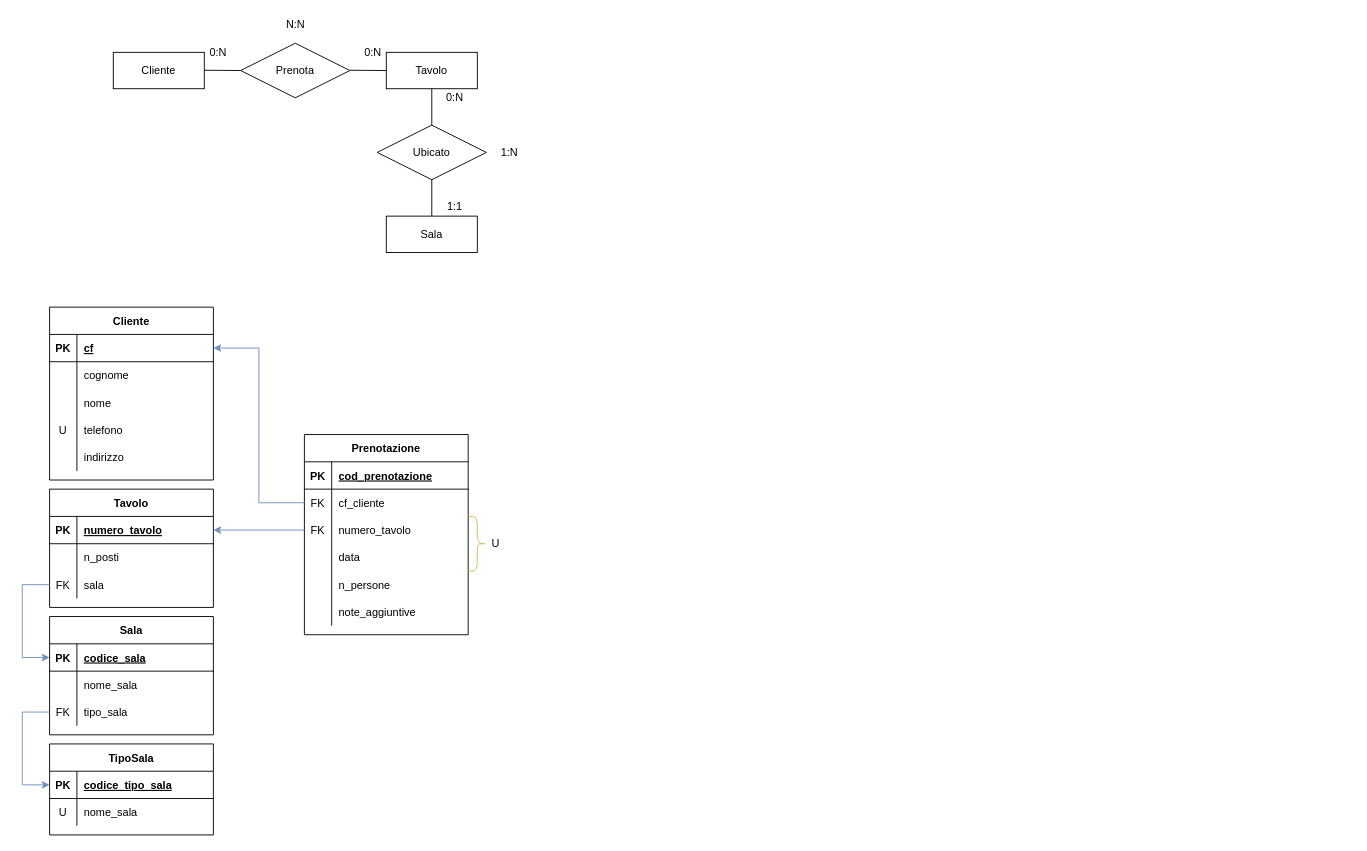
Before: misc/diagrams.drawio in Lexi115/restaurant-app, a draw.io diagram. Source tidied: cells renumbered, new cells numbered last; positions are measured from the earlier drawing's top-left corner, leaving out a move shared by most shapes. Both pictures are drawn from the tidied source at 91%, with x=0, y=0 at pixel (22, 15).
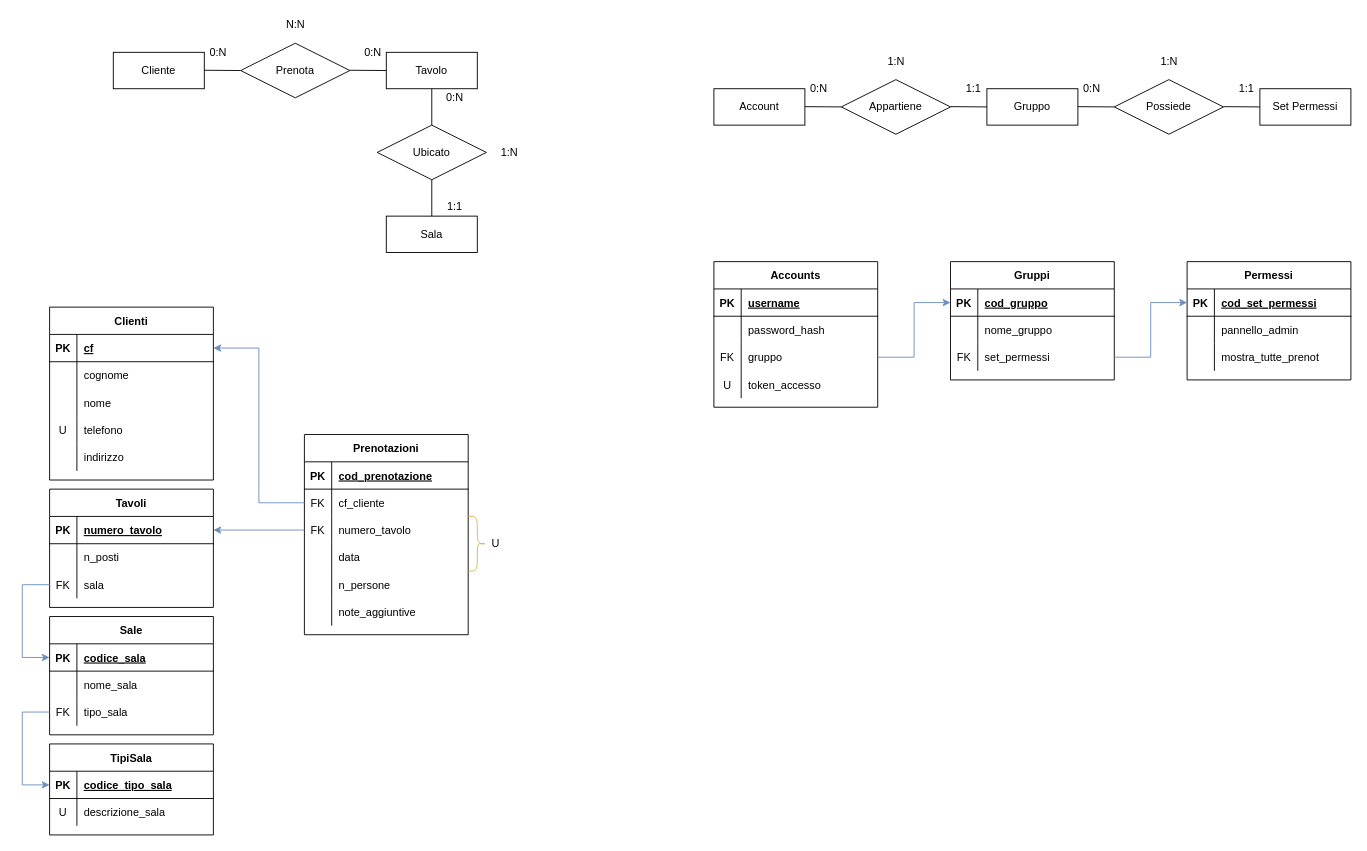
The same page after the edit.

Commit message (it also covers changes not shown here):
#1 added sequence diagram and accounts er diagram

Unchanged cells that the change refers to:
```xml
<mxCell id="74" style="shape=partialRectangle;fillColor=none;top=0;left=0;bottom=0;right=0;" parent="70" vertex="1">
  <mxGeometry y="60" width="180" height="30" as="geometry" />
</mxCell>
```

What changed in the source:
```diff
@@
-    <mxCell id="10" value="Cliente" style="shape=table;startSize=30;childLayout=tableLayout;rowLines=0;fontStyle=1;align=center;" parent="1" vertex="1">
+    <mxCell id="10" value="Clienti" style="shape=table;startSize=30;childLayout=tableLayout;rowLines=0;fontStyle=1;align=center;" parent="1" vertex="1">
       <mxGeometry x="30" y="320" width="180" height="190" as="geometry" />
     </mxCell>
@@
-    <mxCell id="26" value="Tavolo" style="shape=table;startSize=30;childLayout=tableLayout;rowLines=0;fontStyle=1;align=center;fillColor=none;" parent="1" vertex="1">
+    <mxCell id="26" value="Tavoli" style="shape=table;startSize=30;childLayout=tableLayout;rowLines=0;fontStyle=1;align=center;fillColor=none;" parent="1" vertex="1">
       <mxGeometry x="30" y="520" width="180" height="130" as="geometry" />
     </mxCell>
@@
-    <mxCell id="36" value="Sala" style="shape=table;startSize=30;childLayout=tableLayout;rowLines=0;fontStyle=1;align=center;" parent="1" vertex="1">
+    <mxCell id="36" value="Sale" style="shape=table;startSize=30;childLayout=tableLayout;rowLines=0;fontStyle=1;align=center;" parent="1" vertex="1">
       <mxGeometry x="30" y="660" width="180" height="130" as="geometry" />
     </mxCell>
@@
-    <mxCell id="46" value="Prenotazione" style="shape=table;startSize=30;childLayout=tableLayout;rowLines=0;fontStyle=1;align=center;" parent="1" vertex="1">
+    <mxCell id="46" value="Prenotazioni" style="shape=table;startSize=30;childLayout=tableLayout;rowLines=0;fontStyle=1;align=center;" parent="1" vertex="1">
       <mxGeometry x="310" y="460" width="180" height="220" as="geometry" />
     </mxCell>
@@
-    <mxCell id="70" value="TipoSala" style="shape=table;startSize=30;childLayout=tableLayout;rowLines=0;fontStyle=1;align=center;" parent="1" vertex="1">
+    <mxCell id="70" value="TipiSala" style="shape=table;startSize=30;childLayout=tableLayout;rowLines=0;fontStyle=1;align=center;" parent="1" vertex="1">
       <mxGeometry x="30" y="800" width="180" height="100" as="geometry" />
     </mxCell>
@@
-    <mxCell id="76" value="nome_sala" style="shape=partialRectangle;fillColor=none;top=0;left=0;bottom=0;right=0;align=left;spacingLeft=6;overflow=hidden;" parent="74" vertex="1">
+    <mxCell id="76" value="descrizione_sala" style="shape=partialRectangle;fillColor=none;top=0;left=0;bottom=0;right=0;align=left;spacingLeft=6;overflow=hidden;" parent="74" vertex="1">
       <mxGeometry x="30" width="150" height="30" as="geometry" />
     </mxCell>
@@
+    <mxCell id="85" value="Account" style="whiteSpace=wrap;html=1;align=center;" parent="1" vertex="1">
+      <mxGeometry x="760" y="80" width="100" height="40" as="geometry" />
+    </mxCell>
+    <mxCell id="86" value="Appartiene" style="shape=rhombus;perimeter=rhombusPerimeter;whiteSpace=wrap;html=1;align=center;" parent="1" vertex="1">
+      <mxGeometry x="900" y="70" width="120" height="60" as="geometry" />
+    </mxCell>
+    <mxCell id="87" value="Gruppo" style="whiteSpace=wrap;html=1;align=center;" parent="1" vertex="1">
+      <mxGeometry x="1060" y="80" width="100" height="40" as="geometry" />
+    </mxCell>
+    <mxCell id="88" style="endArrow=none;html=1;rounded=0;" parent="1" edge="1">
+      <mxGeometry relative="1" as="geometry">
+        <mxPoint x="1020" y="99.7" as="sourcePoint" />
+        <mxPoint x="1060" y="100" as="targetPoint" />
+      </mxGeometry>
+    </mxCell>
+    <mxCell id="89" style="endArrow=none;html=1;rounded=0;" parent="1" edge="1">
+      <mxGeometry relative="1" as="geometry">
+        <mxPoint x="860" y="99.7" as="sourcePoint" />
+        <mxPoint x="900" y="100" as="targetPoint" />
+      </mxGeometry>
+    </mxCell>
+    <mxCell id="90" value="1:1" style="text;html=1;align=center;verticalAlign=middle;strokeColor=none;" parent="1" vertex="1">
+      <mxGeometry x="1030" y="70" width="30" height="20" as="geometry" />
+    </mxCell>
+    <mxCell id="91" value="0:N" style="text;html=1;align=center;verticalAlign=middle;strokeColor=none;" parent="1" vertex="1">
+      <mxGeometry x="860" y="70" width="30" height="20" as="geometry" />
+    </mxCell>
+    <mxCell id="92" value="1:N" style="text;html=1;align=center;verticalAlign=middle;strokeColor=none;" parent="1" vertex="1">
+      <mxGeometry x="945" y="40" width="30" height="20" as="geometry" />
+    </mxCell>
+    <mxCell id="93" value="Accounts" style="shape=table;startSize=30;childLayout=tableLayout;rowLines=0;fontStyle=1;align=center;" parent="1" vertex="1">
+      <mxGeometry x="760" y="270" width="180" height="160" as="geometry" />
+    </mxCell>
+    <mxCell id="94" style="shape=partialRectangle;fillColor=none;top=0;left=0;bottom=1;right=0;" parent="93" vertex="1">
+      <mxGeometry y="30" width="180" height="30" as="geometry" />
+    </mxCell>
+    <mxCell id="95" value="PK" style="shape=partialRectangle;fillColor=none;top=0;left=0;bottom=0;right=0;fontStyle=1;overflow=hidden;" parent="94" vertex="1">
+      <mxGeometry width="30" height="30" as="geometry" />
+    </mxCell>
+    <mxCell id="96" value="username" style="shape=partialRectangle;fillColor=none;top=0;left=0;bottom=0;right=0;align=left;spacingLeft=6;fontStyle=5;overflow=hidden;" parent="94" vertex="1">
+      <mxGeometry x="30" width="150" height="30" as="geometry" />
+    </mxCell>
+    <mxCell id="97" style="shape=partialRectangle;fillColor=none;top=0;left=0;bottom=0;right=0;" parent="93" vertex="1">
+      <mxGeometry y="60" width="180" height="30" as="geometry" />
+    </mxCell>
+    <mxCell id="98" style="shape=partialRectangle;fillColor=none;top=0;left=0;bottom=0;right=0;overflow=hidden;" parent="97" vertex="1">
+      <mxGeometry width="30" height="30" as="geometry" />
+    </mxCell>
+    <mxCell id="99" value="password_hash" style="shape=partialRectangle;fillColor=none;top=0;left=0;bottom=0;right=0;align=left;spacingLeft=6;overflow=hidden;" parent="97" vertex="1">
+      <mxGeometry x="30" width="150" height="30" as="geometry" />
+    </mxCell>
+    <mxCell id="100" style="shape=partialRectangle;fillColor=none;top=0;left=0;bottom=0;right=0;points=[[0,0.5],[1,0.5]];portConstraint=eastwest;" parent="93" vertex="1">
+      <mxGeometry y="90" width="180" height="30" as="geometry" />
+    </mxCell>
+    <mxCell id="101" value="FK" style="shape=partialRectangle;fillColor=none;top=0;left=0;bottom=0;right=0;overflow=hidden;" parent="100" vertex="1">
+      <mxGeometry width="30" height="30" as="geometry" />
+    </mxCell>
+    <mxCell id="102" value="gruppo" style="shape=partialRectangle;fillColor=none;top=0;left=0;bottom=0;right=0;align=left;spacingLeft=6;overflow=hidden;" parent="100" vertex="1">
+      <mxGeometry x="30" width="150" height="30" as="geometry" />
+    </mxCell>
+    <mxCell id="103" style="shape=partialRectangle;fillColor=none;top=0;left=0;bottom=0;right=0;" parent="93" vertex="1">
+      <mxGeometry y="120" width="180" height="30" as="geometry" />
+    </mxCell>
+    <mxCell id="104" value="U" style="shape=partialRectangle;fillColor=none;top=0;left=0;bottom=0;right=0;overflow=hidden;" parent="103" vertex="1">
+      <mxGeometry width="30" height="30" as="geometry" />
+    </mxCell>
+    <mxCell id="105" value="token_accesso" style="shape=partialRectangle;fillColor=none;top=0;left=0;bottom=0;right=0;align=left;spacingLeft=6;overflow=hidden;" parent="103" vertex="1">
+      <mxGeometry x="30" width="150" height="30" as="geometry" />
+    </mxCell>
+    <mxCell id="106" value="Gruppi" style="shape=table;startSize=30;childLayout=tableLayout;rowLines=0;fontStyle=1;align=center;" parent="1" vertex="1">
+      <mxGeometry x="1020" y="270" width="180" height="130" as="geometry" />
+    </mxCell>
+    <mxCell id="107" style="shape=partialRectangle;fillColor=none;top=0;left=0;bottom=1;right=0;points=[[0,0.5],[1,0.5]];portConstraint=eastwest;" parent="106" vertex="1">
+      <mxGeometry y="30" width="180" height="30" as="geometry" />
+    </mxCell>
+    <mxCell id="108" value="PK" style="shape=partialRectangle;fillColor=none;top=0;left=0;bottom=0;right=0;fontStyle=1;overflow=hidden;" parent="107" vertex="1">
+      <mxGeometry width="30" height="30" as="geometry" />
+    </mxCell>
+    <mxCell id="109" value="cod_gruppo" style="shape=partialRectangle;fillColor=none;top=0;left=0;bottom=0;right=0;align=left;spacingLeft=6;fontStyle=5;overflow=hidden;" parent="107" vertex="1">
+      <mxGeometry x="30" width="150" height="30" as="geometry" />
+    </mxCell>
+    <mxCell id="110" style="shape=partialRectangle;fillColor=none;top=0;left=0;bottom=0;right=0;" parent="106" vertex="1">
+      <mxGeometry y="60" width="180" height="30" as="geometry" />
+    </mxCell>
+    <mxCell id="111" style="shape=partialRectangle;fillColor=none;top=0;left=0;bottom=0;right=0;overflow=hidden;" parent="110" vertex="1">
+      <mxGeometry width="30" height="30" as="geometry" />
+    </mxCell>
+    <mxCell id="112" value="nome_gruppo" style="shape=partialRectangle;fillColor=none;top=0;left=0;bottom=0;right=0;align=left;spacingLeft=6;overflow=hidden;" parent="110" vertex="1">
+      <mxGeometry x="30" width="150" height="30" as="geometry" />
+    </mxCell>
+    <mxCell id="113" style="shape=partialRectangle;fillColor=none;top=0;left=0;bottom=0;right=0;points=[[0,0.5],[1,0.5]];portConstraint=eastwest;" parent="106" vertex="1">
+      <mxGeometry y="90" width="180" height="30" as="geometry" />
+    </mxCell>
+    <mxCell id="114" value="FK" style="shape=partialRectangle;fillColor=none;top=0;left=0;bottom=0;right=0;overflow=hidden;" parent="113" vertex="1">
+      <mxGeometry width="30" height="30" as="geometry" />
+    </mxCell>
+    <mxCell id="115" value="set_permessi" style="shape=partialRectangle;fillColor=none;top=0;left=0;bottom=0;right=0;align=left;spacingLeft=6;overflow=hidden;" parent="113" vertex="1">
+      <mxGeometry x="30" width="150" height="30" as="geometry" />
+    </mxCell>
+    <mxCell id="116" style="edgeStyle=orthogonalEdgeStyle;html=1;exitX=1;exitY=0.5;exitDx=0;exitDy=0;entryX=0;entryY=0.5;entryDx=0;entryDy=0;rounded=0;fillColor=#0050ef;strokeColor=#6C8EBF;" parent="1" edge="1" source="100" target="107">
+      <mxGeometry relative="1" as="geometry" />
+    </mxCell>
+    <mxCell id="117" value="Permessi" style="shape=table;startSize=30;childLayout=tableLayout;rowLines=0;fontStyle=1;align=center;" parent="1" vertex="1">
+      <mxGeometry x="1280" y="270" width="180" height="130" as="geometry" />
+    </mxCell>
+    <mxCell id="118" style="shape=partialRectangle;fillColor=none;top=0;left=0;bottom=1;right=0;points=[[0,0.5],[1,0.5]];portConstraint=eastwest;" parent="117" vertex="1">
+      <mxGeometry y="30" width="180" height="30" as="geometry" />
+    </mxCell>
+    <mxCell id="119" value="PK" style="shape=partialRectangle;fillColor=none;top=0;left=0;bottom=0;right=0;fontStyle=1;overflow=hidden;" parent="118" vertex="1">
+      <mxGeometry width="30" height="30" as="geometry" />
+    </mxCell>
+    <mxCell id="120" value="cod_set_permessi" style="shape=partialRectangle;fillColor=none;top=0;left=0;bottom=0;right=0;align=left;spacingLeft=6;fontStyle=5;overflow=hidden;" parent="118" vertex="1">
+      <mxGeometry x="30" width="150" height="30" as="geometry" />
+    </mxCell>
+    <mxCell id="121" style="shape=partialRectangle;fillColor=none;top=0;left=0;bottom=0;right=0;" parent="117" vertex="1">
+      <mxGeometry y="60" width="180" height="30" as="geometry" />
+    </mxCell>
+    <mxCell id="122" style="shape=partialRectangle;fillColor=none;top=0;left=0;bottom=0;right=0;overflow=hidden;" parent="121" vertex="1">
+      <mxGeometry width="30" height="30" as="geometry" />
+    </mxCell>
+    <mxCell id="123" value="pannello_admin" style="shape=partialRectangle;fillColor=none;top=0;left=0;bottom=0;right=0;align=left;spacingLeft=6;overflow=hidden;" parent="121" vertex="1">
+      <mxGeometry x="30" width="150" height="30" as="geometry" />
+    </mxCell>
+    <mxCell id="124" style="shape=partialRectangle;fillColor=none;top=0;left=0;bottom=0;right=0;" parent="117" vertex="1">
+      <mxGeometry y="90" width="180" height="30" as="geometry" />
+    </mxCell>
+    <mxCell id="125" style="shape=partialRectangle;fillColor=none;top=0;left=0;bottom=0;right=0;overflow=hidden;" parent="124" vertex="1">
+      <mxGeometry width="30" height="30" as="geometry" />
+    </mxCell>
+    <mxCell id="126" value="mostra_tutte_prenot" style="shape=partialRectangle;fillColor=none;top=0;left=0;bottom=0;right=0;align=left;spacingLeft=6;overflow=hidden;" parent="124" vertex="1">
+      <mxGeometry x="30" width="150" height="30" as="geometry" />
+    </mxCell>
+    <mxCell id="127" style="edgeStyle=orthogonalEdgeStyle;rounded=0;html=1;exitX=1;exitY=0.5;exitDx=0;exitDy=0;strokeColor=#6C8EBF;" parent="1" edge="1" source="113" target="118">
+      <mxGeometry relative="1" as="geometry" />
+    </mxCell>
+    <mxCell id="128" value="Possiede" style="shape=rhombus;perimeter=rhombusPerimeter;whiteSpace=wrap;html=1;align=center;" parent="1" vertex="1">
+      <mxGeometry x="1200" y="70" width="120" height="60" as="geometry" />
+    </mxCell>
+    <mxCell id="129" style="endArrow=none;html=1;rounded=0;" parent="1" edge="1">
+      <mxGeometry relative="1" as="geometry">
+        <mxPoint x="1320" y="99.7" as="sourcePoint" />
+        <mxPoint x="1360" y="100" as="targetPoint" />
+      </mxGeometry>
+    </mxCell>
+    <mxCell id="130" style="endArrow=none;html=1;rounded=0;" parent="1" edge="1">
+      <mxGeometry relative="1" as="geometry">
+        <mxPoint x="1160" y="99.7" as="sourcePoint" />
+        <mxPoint x="1200" y="100" as="targetPoint" />
+      </mxGeometry>
+    </mxCell>
+    <mxCell id="131" value="Set Permessi" style="whiteSpace=wrap;html=1;align=center;" parent="1" vertex="1">
+      <mxGeometry x="1360" y="80" width="100" height="40" as="geometry" />
+    </mxCell>
+    <mxCell id="132" value="1:1" style="text;html=1;align=center;verticalAlign=middle;strokeColor=none;" parent="1" vertex="1">
+      <mxGeometry x="1330" y="70" width="30" height="20" as="geometry" />
+    </mxCell>
+    <mxCell id="133" value="0:N" style="text;html=1;align=center;verticalAlign=middle;strokeColor=none;" parent="1" vertex="1">
+      <mxGeometry x="1160" y="70" width="30" height="20" as="geometry" />
+    </mxCell>
+    <mxCell id="134" value="1:N" style="text;html=1;align=center;verticalAlign=middle;strokeColor=none;" parent="1" vertex="1">
+      <mxGeometry x="1245" y="40" width="30" height="20" as="geometry" />
+    </mxCell>
```
